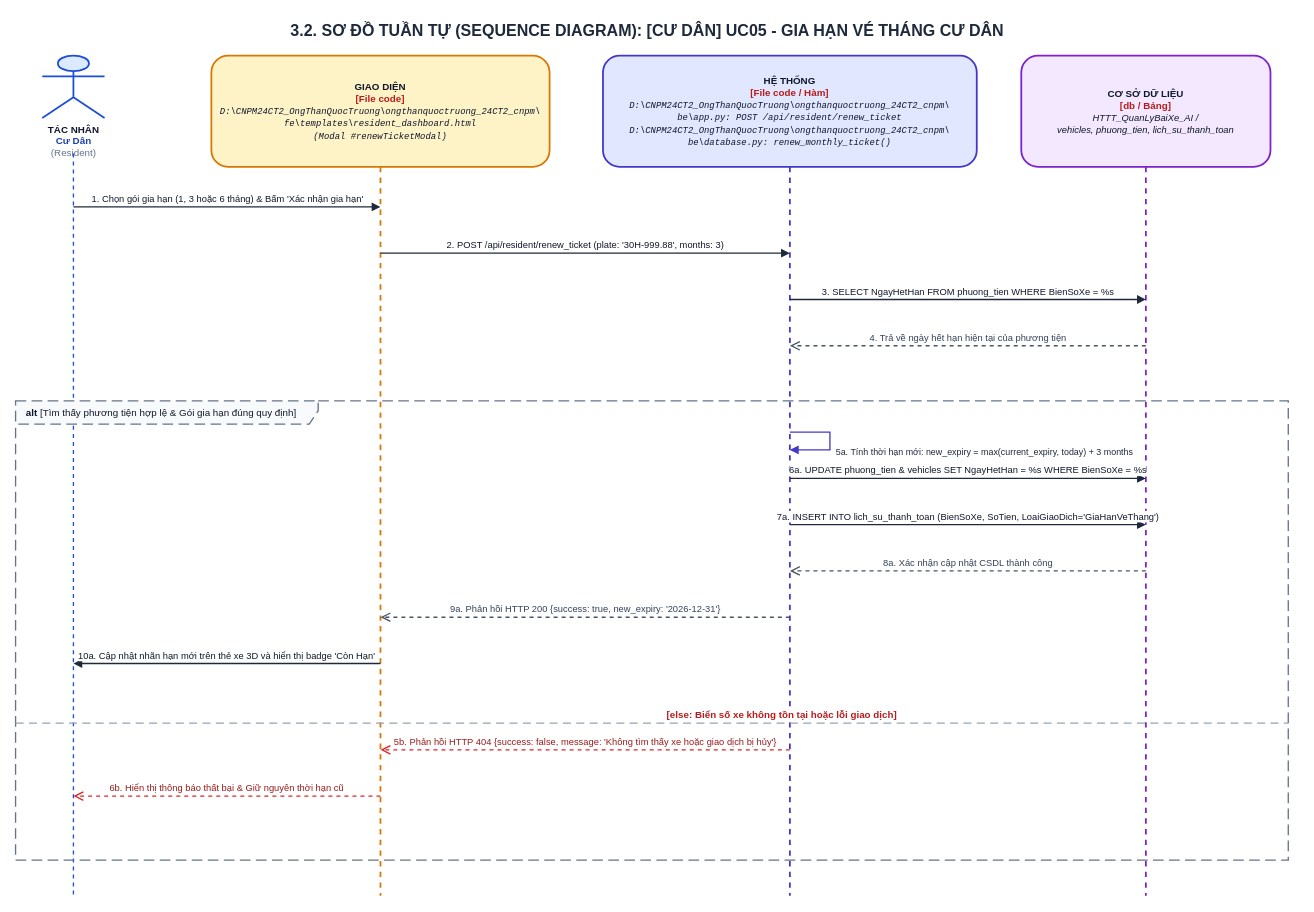
Truong027/CNPM24 keeps this draw.io diagram as ongthanquoctruong_24CT2_cnpm/docs/drawio/uc05_resident_renew_pass.drawio. Above is the earlier version. Source tidied: cells renumbered, new cells numbered last; positions are measured from the earlier drawing's top-left corner, leaving out a move shared by most shapes. Both pictures are drawn from the tidied source at 89%, with x=0, y=0 at pixel (15, 15).
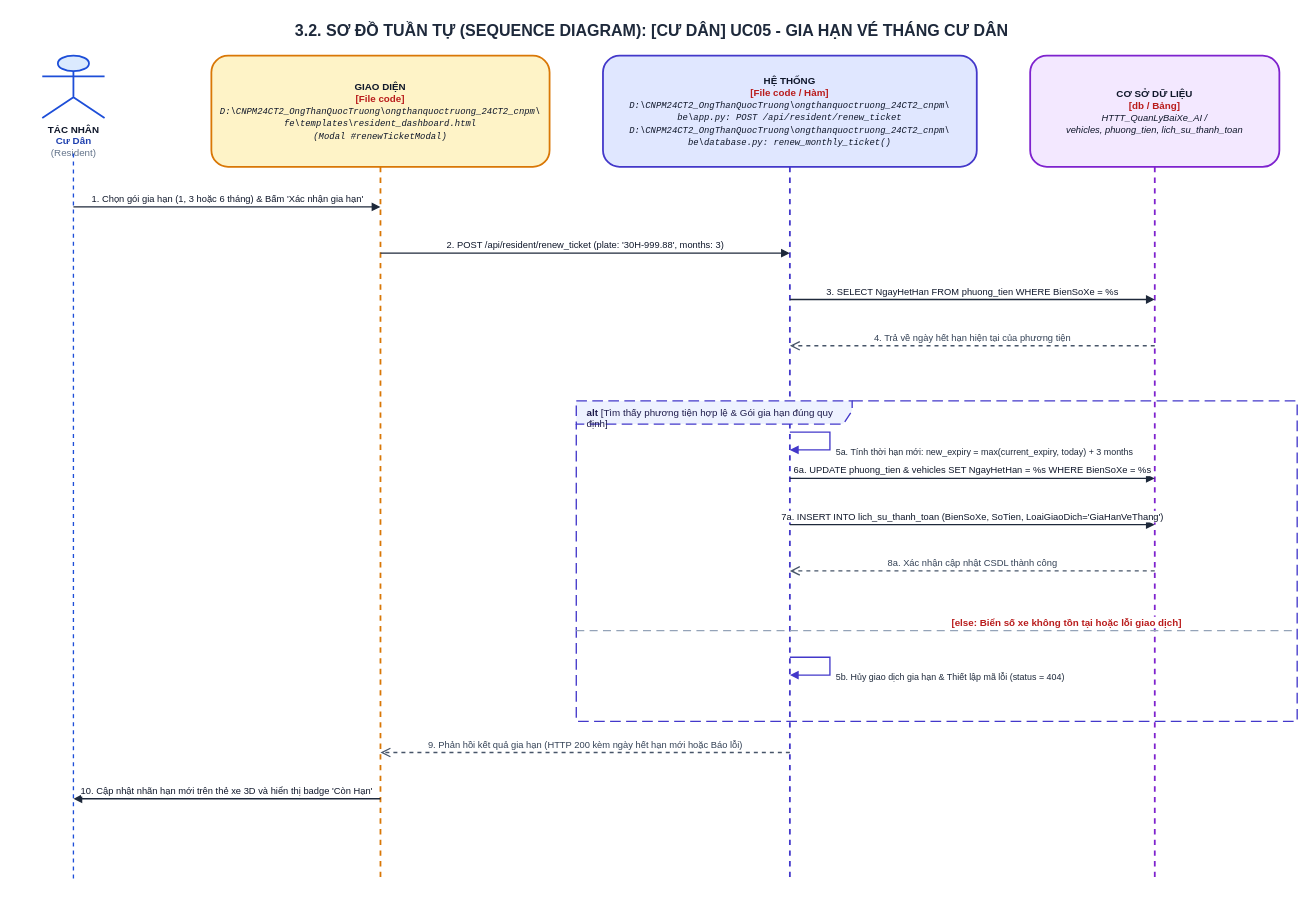
The same page after the edit.

What changed in the source:
```diff
@@
     <mxCell id="2" value="&lt;b&gt;3.2. SƠ ĐỒ TUẦN TỰ (SEQUENCE DIAGRAM): [CƯ DÂN] UC05 - GIA HẠN VÉ THÁNG CƯ DÂN&lt;/b&gt;" style="text;html=1;strokeColor=none;fillColor=none;align=center;verticalAlign=middle;whiteSpace=wrap;rounded=0;fontSize=18;fontColor=#1E293B;fontStyle=1;" parent="1" vertex="1">
-      <mxGeometry width="1420" height="35" as="geometry" />
+      <mxGeometry width="1430" height="35" as="geometry" />
     </mxCell>
@@
     <mxCell id="4" style="endArrow=none;dashed=1;html=1;strokeWidth=1.5;strokeColor=#1D4ED8;" parent="1" edge="1">
       <mxGeometry relative="1" as="geometry">
         <mxPoint x="65" y="155" as="sourcePoint" />
-        <mxPoint x="65" y="989" as="targetPoint" />
+        <mxPoint x="65" y="972" as="targetPoint" />
       </mxGeometry>
     </mxCell>
     <mxCell id="5" value="&lt;b&gt;GIAO DIỆN&lt;/b&gt;&lt;br/&gt;&lt;font color='#B91C1C'&gt;&lt;b&gt;[File code]&lt;/b&gt;&lt;/font&gt;&lt;br/&gt;&lt;font style='font-size: 10px; font-family: Consolas, monospace;'&gt;&lt;i&gt;D:\CNPM24CT2_OngThanQuocTruong\ongthanquoctruong_24CT2_cnpm\&lt;br/&gt;fe\templates\resident_dashboard.html&lt;br/&gt;(Modal #renewTicketModal)&lt;/i&gt;&lt;/font&gt;" style="shape=umlLifeline;perimeter=lifelinePerimeter;whiteSpace=wrap;html=1;size=125;fillColor=#FEF3C7;strokeColor=#D97706;strokeWidth=2;fontColor=#0F172A;rounded=1;shadow=0;fontSize=11;align=center;" parent="1" vertex="1">
-      <mxGeometry x="220" y="45" width="380" height="944" as="geometry" />
+      <mxGeometry x="220" y="45" width="380" height="927" as="geometry" />
     </mxCell>
     <mxCell id="6" value="&lt;b&gt;HỆ THỐNG&lt;/b&gt;&lt;br/&gt;&lt;font color='#B91C1C'&gt;&lt;b&gt;[File code / Hàm]&lt;/b&gt;&lt;/font&gt;&lt;br/&gt;&lt;font style='font-size: 10px; font-family: Consolas, monospace;'&gt;&lt;i&gt;D:\CNPM24CT2_OngThanQuocTruong\ongthanquoctruong_24CT2_cnpm\&lt;br/&gt;be\app.py: POST /api/resident/renew_ticket&lt;br/&gt;D:\CNPM24CT2_OngThanQuocTruong\ongthanquoctruong_24CT2_cnpm\&lt;br/&gt;be\database.py: renew_monthly_ticket()&lt;/i&gt;&lt;/font&gt;" style="shape=umlLifeline;perimeter=lifelinePerimeter;whiteSpace=wrap;html=1;size=125;fillColor=#E0E7FF;strokeColor=#4338CA;strokeWidth=2;fontColor=#0F172A;rounded=1;shadow=0;fontSize=11;align=center;" parent="1" vertex="1">
-      <mxGeometry x="660" y="45" width="420" height="944" as="geometry" />
+      <mxGeometry x="660" y="45" width="420" height="927" as="geometry" />
     </mxCell>
     <mxCell id="7" value="&lt;b&gt;CƠ SỞ DỮ LIỆU&lt;/b&gt;&lt;br/&gt;&lt;font color='#B91C1C'&gt;&lt;b&gt;[db / Bảng]&lt;/b&gt;&lt;/font&gt;&lt;br/&gt;&lt;font style='font-size: 10.5px;'&gt;&lt;i&gt;HTTT_QuanLyBaiXe_AI /&lt;br/&gt;vehicles, phuong_tien, lich_su_thanh_toan&lt;/i&gt;&lt;/font&gt;" style="shape=umlLifeline;perimeter=lifelinePerimeter;whiteSpace=wrap;html=1;size=125;fillColor=#F3E8FF;strokeColor=#7E22CE;strokeWidth=2;fontColor=#0F172A;rounded=1;shadow=0;fontSize=11;align=center;" parent="1" vertex="1">
-      <mxGeometry x="1130" y="45" width="280" height="944" as="geometry" />
+      <mxGeometry x="1140" y="45" width="280" height="927" as="geometry" />
     </mxCell>
@@
     <mxCell id="10" value="3. SELECT NgayHetHan FROM phuong_tien WHERE BienSoXe = %s" style="html=1;verticalAlign=bottom;endArrow=block;rounded=0;strokeColor=#1E293B;strokeWidth=1.5;fontColor=#0F172A;fontSize=10.5;" parent="1" edge="1">
       <mxGeometry relative="1" as="geometry">
         <mxPoint x="870" y="319" as="sourcePoint" />
-        <mxPoint x="1270" y="319" as="targetPoint" />
+        <mxPoint x="1280" y="319" as="targetPoint" />
       </mxGeometry>
     </mxCell>
     <mxCell id="11" value="4. Trả về ngày hết hạn hiện tại của phương tiện" style="html=1;verticalAlign=bottom;endArrow=open;dashed=1;endSize=8;rounded=0;strokeColor=#475569;strokeWidth=1.5;fontColor=#334155;fontSize=10.5;" parent="1" edge="1">
       <mxGeometry relative="1" as="geometry">
-        <mxPoint x="1270" y="371" as="sourcePoint" />
+        <mxPoint x="1280" y="371" as="sourcePoint" />
         <mxPoint x="870" y="371" as="targetPoint" />
       </mxGeometry>
     </mxCell>
-    <mxCell id="12" value="&lt;b&gt;alt&lt;/b&gt; [Tìm thấy phương tiện hợp lệ &amp; Gói gia hạn đúng quy định]" style="shape=umlFrame;whiteSpace=wrap;html=1;width=340;height=26;dashed=1;dashPattern=8 4;strokeColor=#64748B;fillColor=#F8FAFC;strokeWidth=1.5;align=left;spacingLeft=10;verticalAlign=top;fontStyle=0;fontSize=11;fontColor=#0F172A;" parent="1" vertex="1">
-      <mxGeometry y="433" width="1430" height="516" as="geometry" />
+    <mxCell id="12" value="&lt;b&gt;alt&lt;/b&gt; [Tìm thấy phương tiện hợp lệ &amp; Gói gia hạn đúng quy định]" style="shape=umlFrame;whiteSpace=wrap;html=1;width=310;height=26;dashed=1;dashPattern=8 4;strokeColor=#4338CA;fillColor=#EEF2FF;strokeWidth=1.5;align=left;spacingLeft=10;verticalAlign=top;fontStyle=0;fontSize=11;fontColor=#1E1B4B;" parent="1" vertex="1">
+      <mxGeometry x="630" y="433" width="810" height="360" as="geometry" />
     </mxCell>
@@
     <mxCell id="14" value="6a. UPDATE phuong_tien &amp; vehicles SET NgayHetHan = %s WHERE BienSoXe = %s" style="html=1;verticalAlign=bottom;endArrow=block;rounded=0;strokeColor=#1E293B;strokeWidth=1.5;fontColor=#0F172A;fontSize=10.5;" parent="1" edge="1">
       <mxGeometry relative="1" as="geometry">
         <mxPoint x="870" y="520" as="sourcePoint" />
-        <mxPoint x="1270" y="520" as="targetPoint" />
+        <mxPoint x="1280" y="520" as="targetPoint" />
       </mxGeometry>
     </mxCell>
     <mxCell id="15" value="7a. INSERT INTO lich_su_thanh_toan (BienSoXe, SoTien, LoaiGiaoDich='GiaHanVeThang')" style="html=1;verticalAlign=bottom;endArrow=block;rounded=0;strokeColor=#1E293B;strokeWidth=1.5;fontColor=#0F172A;fontSize=10.5;" parent="1" edge="1">
       <mxGeometry relative="1" as="geometry">
         <mxPoint x="870" y="572" as="sourcePoint" />
-        <mxPoint x="1270" y="572" as="targetPoint" />
+        <mxPoint x="1280" y="572" as="targetPoint" />
       </mxGeometry>
     </mxCell>
     <mxCell id="16" value="8a. Xác nhận cập nhật CSDL thành công" style="html=1;verticalAlign=bottom;endArrow=open;dashed=1;endSize=8;rounded=0;strokeColor=#475569;strokeWidth=1.5;fontColor=#334155;fontSize=10.5;" parent="1" edge="1">
       <mxGeometry relative="1" as="geometry">
-        <mxPoint x="1270" y="624" as="sourcePoint" />
+        <mxPoint x="1280" y="624" as="sourcePoint" />
         <mxPoint x="870" y="624" as="targetPoint" />
       </mxGeometry>
     </mxCell>
-    <mxCell id="17" value="9a. Phản hồi HTTP 200 {success: true, new_expiry: '2026-12-31'}" style="html=1;verticalAlign=bottom;endArrow=open;dashed=1;endSize=8;rounded=0;strokeColor=#475569;strokeWidth=1.5;fontColor=#334155;fontSize=10.5;" parent="1" edge="1">
-      <mxGeometry relative="1" as="geometry">
-        <mxPoint x="870" y="676" as="sourcePoint" />
-        <mxPoint x="410" y="676" as="targetPoint" />
-      </mxGeometry>
-    </mxCell>
-    <mxCell id="18" value="10a. Cập nhật nhãn hạn mới trên thẻ xe 3D và hiển thị badge 'Còn Hạn'" style="html=1;verticalAlign=bottom;endArrow=block;rounded=0;strokeColor=#1E293B;strokeWidth=1.5;fontColor=#0F172A;fontSize=10.5;" parent="1" edge="1">
-      <mxGeometry relative="1" as="geometry">
-        <mxPoint x="410" y="728" as="sourcePoint" />
-        <mxPoint x="65" y="728" as="targetPoint" />
-      </mxGeometry>
-    </mxCell>
     <mxCell id="19" value="&lt;b&gt;[else: Biển số xe không tồn tại hoặc lỗi giao dịch]&lt;/b&gt;" style="html=1;strokeWidth=1.5;strokeColor=#94A3B8;dashed=1;dashPattern=6 4;endArrow=none;align=left;verticalAlign=bottom;spacingLeft=15;fontColor=#B91C1C;fontSize=11;fontStyle=0;" parent="1" edge="1">
       <mxGeometry relative="1" as="geometry">
-        <mxPoint y="795" as="sourcePoint" />
-        <mxPoint x="1430" y="795" as="targetPoint" />
+        <mxPoint x="630" y="691" as="sourcePoint" />
+        <mxPoint x="1440" y="691" as="targetPoint" />
       </mxGeometry>
     </mxCell>
-    <mxCell id="20" value="5b. Phản hồi HTTP 404 {success: false, message: 'Không tìm thấy xe hoặc giao dịch bị hủy'}" style="html=1;verticalAlign=bottom;endArrow=open;dashed=1;endSize=8;rounded=0;strokeColor=#DC2626;strokeWidth=1.5;fontColor=#991B1B;fontSize=10.5;" parent="1" edge="1">
+    <mxCell id="20" value="5b. Hủy giao dịch gia hạn &amp; Thiết lập mã lỗi (status = 404)" style="html=1;align=left;spacingLeft=5;verticalAlign=top;endArrow=block;rounded=0;edgeStyle=orthogonalEdgeStyle;curved=0;strokeColor=#4338CA;strokeWidth=1.5;fontColor=#1E293B;fontSize=10;" parent="1" edge="1">
       <mxGeometry relative="1" as="geometry">
-        <mxPoint x="870" y="825" as="sourcePoint" />
-        <mxPoint x="410" y="825" as="targetPoint" />
+        <mxPoint x="870" y="721" as="sourcePoint" />
+        <mxPoint x="870" y="741" as="targetPoint" />
+        <Array as="points">
+          <mxPoint x="915" y="721" />
+          <mxPoint x="915" y="741" />
+        </Array>
       </mxGeometry>
     </mxCell>
-    <mxCell id="21" value="6b. Hiển thị thông báo thất bại &amp; Giữ nguyên thời hạn cũ" style="html=1;verticalAlign=bottom;endArrow=open;dashed=1;endSize=8;rounded=0;strokeColor=#DC2626;strokeWidth=1.5;fontColor=#991B1B;fontSize=10.5;" parent="1" edge="1">
-      <mxGeometry relative="1" as="geometry">
-        <mxPoint x="410" y="877" as="sourcePoint" />
-        <mxPoint x="65" y="877" as="targetPoint" />
-      </mxGeometry>
-    </mxCell>
+    <mxCell id="22" value="9. Phản hồi kết quả gia hạn (HTTP 200 kèm ngày hết hạn mới hoặc Báo lỗi)" style="html=1;verticalAlign=bottom;endArrow=open;dashed=1;endSize=8;rounded=0;strokeColor=#475569;strokeWidth=1.5;fontColor=#334155;fontSize=10.5;" parent="1" edge="1">
+      <mxGeometry relative="1" as="geometry">
+        <mxPoint x="870" y="828" as="sourcePoint" />
+        <mxPoint x="410" y="828" as="targetPoint" />
+      </mxGeometry>
+    </mxCell>
+    <mxCell id="23" value="10. Cập nhật nhãn hạn mới trên thẻ xe 3D và hiển thị badge 'Còn Hạn'" style="html=1;verticalAlign=bottom;endArrow=block;rounded=0;strokeColor=#1E293B;strokeWidth=1.5;fontColor=#0F172A;fontSize=10.5;" parent="1" edge="1">
+      <mxGeometry relative="1" as="geometry">
+        <mxPoint x="410" y="880" as="sourcePoint" />
+        <mxPoint x="65" y="880" as="targetPoint" />
+      </mxGeometry>
+    </mxCell>
```
